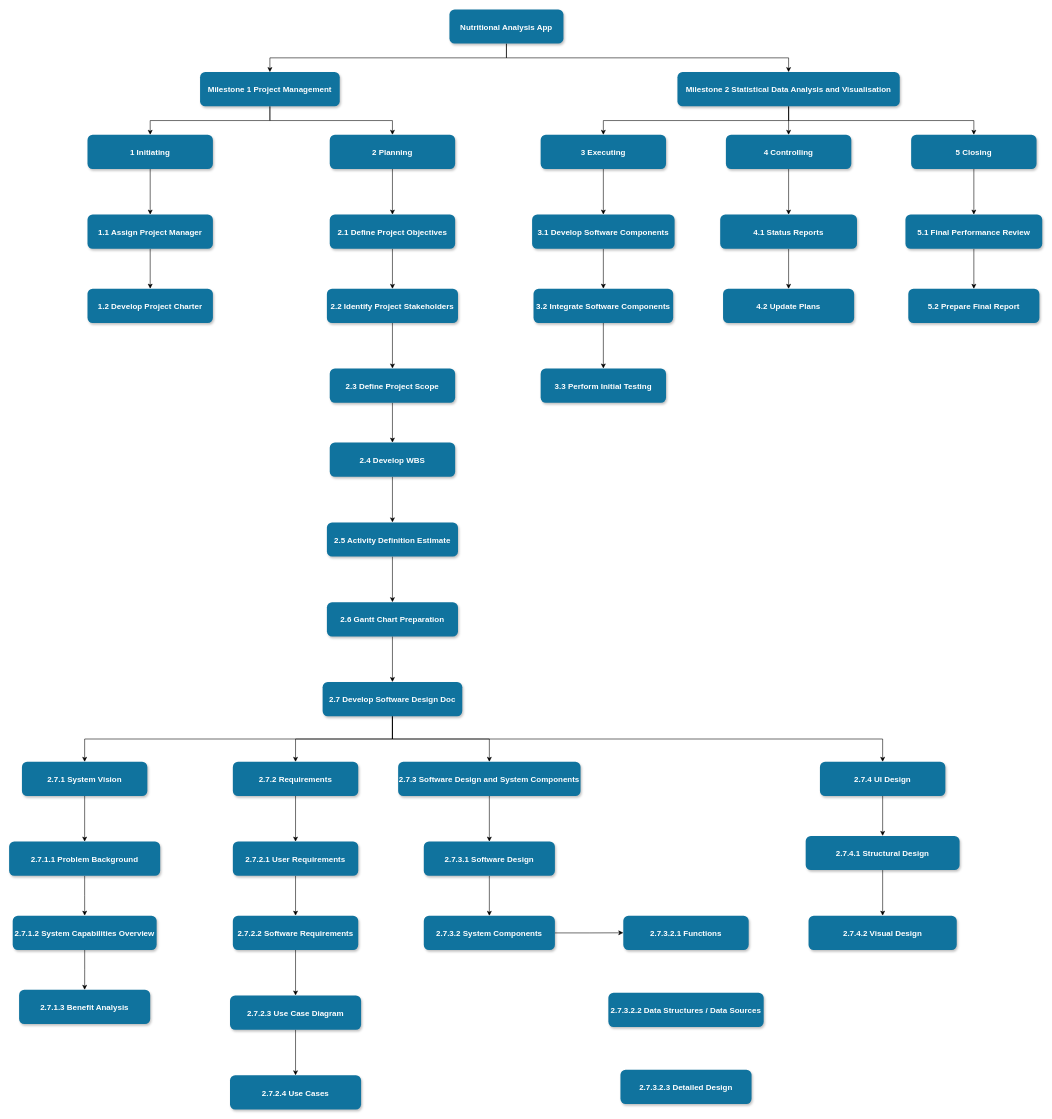
Earlier version of the draw.io diagram wbs.drawio (Altidias/Milestone1_Group52). Source tidied: cells renumbered, new cells numbered last; positions are measured from the earlier drawing's top-left corner, leaving out a move shared by most shapes. Both pictures are drawn from the tidied source at 57%, with x=0, y=0 at pixel (9, 9).
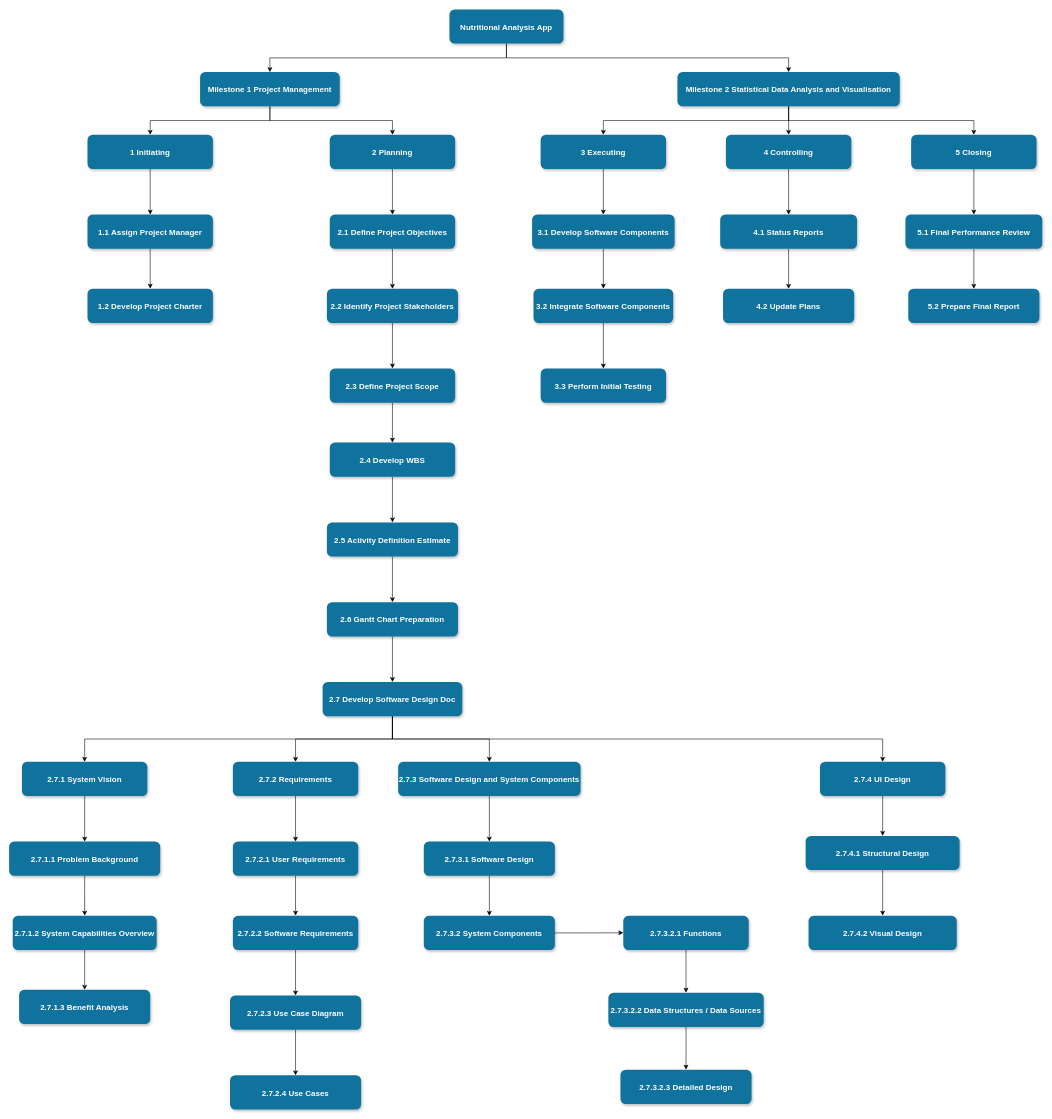
Above is the later version.

Commit message (it also covers changes not shown here):
Fixed some minor formatting errors in the WBS

Unchanged cells that the change refers to:
```xml
<mxCell id="80" value="2.7.3.2.2 Data Structures / Data Sources" style="rounded=1;fillColor=#10739E;strokeColor=none;shadow=1;gradientColor=none;fontStyle=1;fontColor=#FFFFFF;fontSize=14;" parent="1" vertex="1">
  <mxGeometry x="1050.8" y="1725.1" width="272.5" height="60" as="geometry" />
</mxCell>
<mxCell id="81" value="2.7.3.2.1 Functions" style="rounded=1;fillColor=#10739E;strokeColor=none;shadow=1;gradientColor=none;fontStyle=1;fontColor=#FFFFFF;fontSize=14;" parent="1" vertex="1">
  <mxGeometry x="1077" y="1590" width="220" height="60" as="geometry" />
</mxCell>
<mxCell id="82" value="2.7.3.2.3 Detailed Design" style="rounded=1;fillColor=#10739E;strokeColor=none;shadow=1;gradientColor=none;fontStyle=1;fontColor=#FFFFFF;fontSize=14;" parent="1" vertex="1">
  <mxGeometry x="1072" y="1860.2" width="230" height="60" as="geometry" />
</mxCell>
```

The edit, as a diff of the source:
```diff
@@
+    <mxCell id="83" style="edgeStyle=orthogonalEdgeStyle;rounded=0;jettySize=auto;html=1;exitX=0.5;exitY=1;exitDx=0;exitDy=0;entryX=0.5;entryY=0;entryDx=0;entryDy=0;" parent="1" edge="1" source="80" target="82">
+      <mxGeometry relative="1" as="geometry" />
+    </mxCell>
@@
+    <mxCell id="84" style="edgeStyle=orthogonalEdgeStyle;rounded=0;jettySize=auto;html=1;exitX=0.5;exitY=1;exitDx=0;exitDy=0;entryX=0.5;entryY=0;entryDx=0;entryDy=0;" parent="1" edge="1" source="81" target="80">
+      <mxGeometry relative="1" as="geometry" />
+    </mxCell>
```
